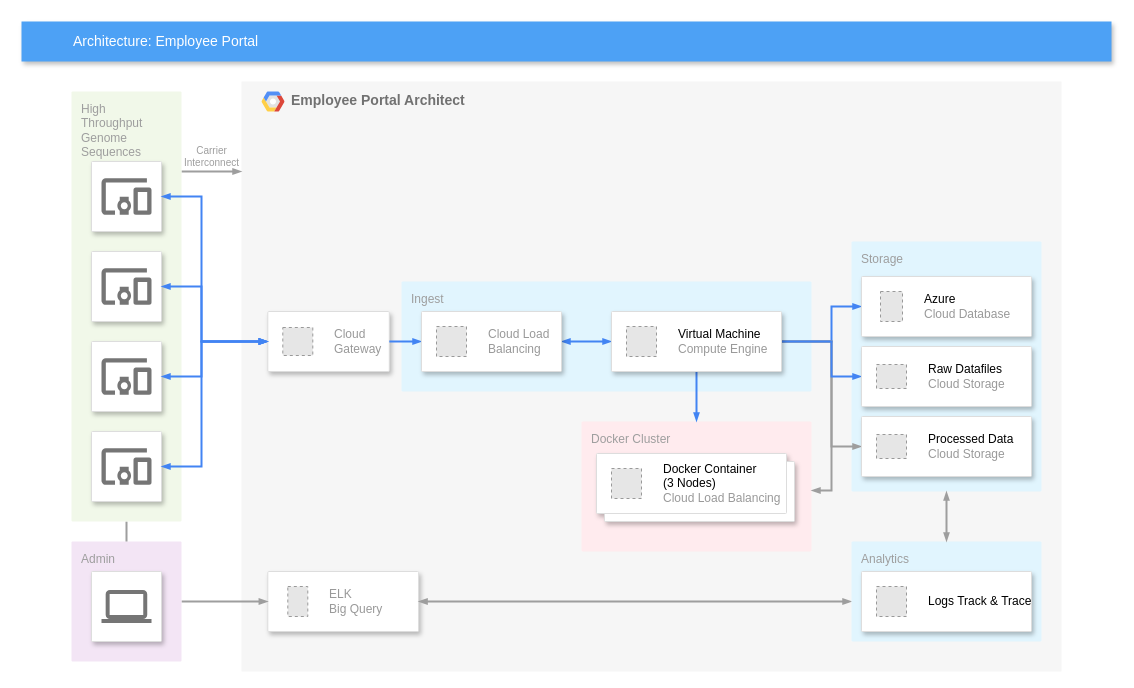
liuyuch1990/demo keeps this draw.io diagram as 未命名绘图.drawio. Above is the earlier version. Source tidied: cells renumbered, new cells numbered last; positions are measured from the earlier drawing's top-left corner, leaving out a move shared by most shapes. Both pictures are drawn from the tidied source at 100%, with x=0, y=0 at pixel (21, 21). Pictures stored in the file or linked from it are replaced by grey dashed boxes.
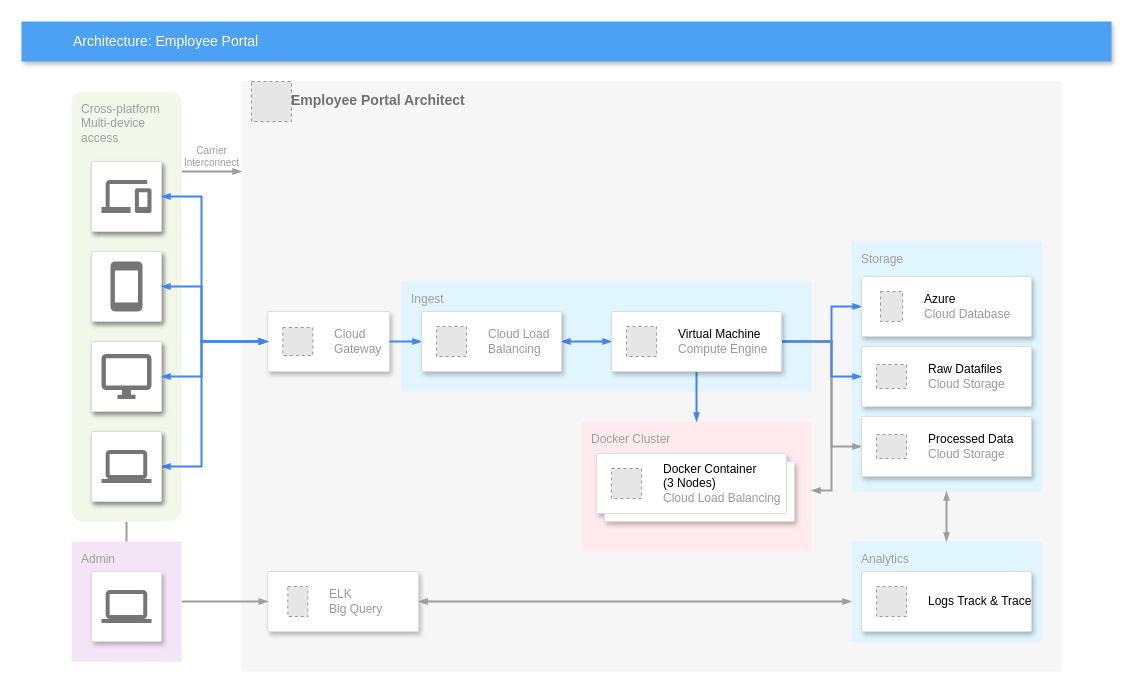
The same page after the edit.

Commit message:
更新未命名绘图.drawio

Unchanged cells that the change refers to:
```xml
<mxCell id="2" value="&lt;b&gt;Employee Portal Architect&lt;/b&gt;" style="fillColor=#F6F6F6;strokeColor=none;shadow=0;gradientColor=none;fontSize=14;align=left;spacing=10;fontColor=#717171;9E9E9E;verticalAlign=top;spacingTop=-4;fontStyle=0;spacingLeft=40;html=1;" parent="1" vertex="1">
  <mxGeometry x="220" y="60" width="820" height="590" as="geometry" />
</mxCell>
<mxCell id="17" style="strokeColor=#dddddd;fillColor=#ffffff;shadow=1;strokeWidth=1;rounded=1;absoluteArcSize=1;arcSize=2;labelPosition=center;verticalLabelPosition=middle;align=center;verticalAlign=bottom;spacingLeft=0;fontColor=#999999;fontSize=12;whiteSpace=wrap;spacingBottom=2;html=1;" parent="1" vertex="1">
  <mxGeometry x="70" y="140" width="70" height="70" as="geometry" />
</mxCell>
<mxCell id="19" style="strokeColor=#dddddd;fillColor=#ffffff;shadow=1;strokeWidth=1;rounded=1;absoluteArcSize=1;arcSize=2;labelPosition=center;verticalLabelPosition=middle;align=center;verticalAlign=bottom;spacingLeft=0;fontColor=#999999;fontSize=12;whiteSpace=wrap;spacingBottom=2;html=1;" parent="1" vertex="1">
  <mxGeometry x="70" y="230" width="70" height="70" as="geometry" />
</mxCell>
<mxCell id="21" style="strokeColor=#dddddd;fillColor=#ffffff;shadow=1;strokeWidth=1;rounded=1;absoluteArcSize=1;arcSize=2;labelPosition=center;verticalLabelPosition=middle;align=center;verticalAlign=bottom;spacingLeft=0;fontColor=#999999;fontSize=12;whiteSpace=wrap;spacingBottom=2;html=1;" parent="1" vertex="1">
  <mxGeometry x="70" y="320" width="70" height="70" as="geometry" />
</mxCell>
```

Diff of the diagram source:
```diff
@@
+    <mxCell id="55" style="fillColor=#E6E6E6;strokeColor=#999999;dashed=1;html=1;verticalAlign=top;verticalLabelPosition=bottom;labelBackgroundColor=#ffffff;" parent="2" vertex="1">
+      <mxGeometry x="10" width="40" height="40" as="geometry" />
+    </mxCell>
@@
-    <mxCell id="15" value="High&lt;br&gt;Throughput&lt;br&gt;Genome&lt;br&gt;Sequences&lt;br&gt;" style="rounded=1;absoluteArcSize=1;arcSize=2;html=1;strokeColor=none;gradientColor=none;shadow=0;dashed=0;fontSize=12;fontColor=#9E9E9E;align=left;verticalAlign=top;spacing=10;spacingTop=-4;fillColor=#F1F8E9;" parent="1" vertex="1">
+    <mxCell id="15" value="Cross-platform&lt;br&gt;Multi-device&lt;br&gt;access" style="rounded=1;absoluteArcSize=1;arcSize=24;html=1;strokeColor=none;gradientColor=none;shadow=0;dashed=0;fontSize=12;fontColor=#9E9E9E;align=left;verticalAlign=top;spacing=10;spacingTop=-4;fillColor=#F1F8E9;" parent="1" vertex="1">
       <mxGeometry x="50" y="70" width="110" height="430" as="geometry" />
     </mxCell>
@@
+    <mxCell id="56" style="strokeColor=#dddddd;shadow=1;strokeWidth=1;rounded=1;absoluteArcSize=1;arcSize=2;labelPosition=center;verticalLabelPosition=middle;align=center;verticalAlign=bottom;spacingLeft=0;fontColor=#999999;fontSize=12;whiteSpace=wrap;spacingBottom=2;html=1;" parent="17" vertex="1">
+      <mxGeometry width="70" height="70" as="geometry" />
+    </mxCell>
+    <mxCell id="57" style="sketch=0;dashed=0;html=1;fillColor=#757575;strokeColor=none;shape=mxgraph.gcp2.desktop_and_mobile;" parent="56" vertex="1">
+      <mxGeometry x="0.5" width="50" height="33" relative="1" as="geometry">
+        <mxPoint x="-25" y="18.5" as="offset" />
+      </mxGeometry>
+    </mxCell>
@@
+    <mxCell id="58" style="strokeColor=#dddddd;shadow=1;strokeWidth=1;rounded=1;absoluteArcSize=1;arcSize=2;labelPosition=center;verticalLabelPosition=middle;align=center;verticalAlign=bottom;spacingLeft=0;fontColor=#999999;fontSize=12;whiteSpace=wrap;spacingBottom=2;html=1;" parent="19" vertex="1">
+      <mxGeometry width="70" height="70" as="geometry" />
+    </mxCell>
+    <mxCell id="59" style="sketch=0;dashed=0;html=1;fillColor=#757575;strokeColor=none;shape=mxgraph.gcp2.phone;" parent="58" vertex="1">
+      <mxGeometry x="0.5" width="32" height="50" relative="1" as="geometry">
+        <mxPoint x="-16" y="10" as="offset" />
+      </mxGeometry>
+    </mxCell>
@@
+    <mxCell id="60" style="strokeColor=#dddddd;shadow=1;strokeWidth=1;rounded=1;absoluteArcSize=1;arcSize=2;labelPosition=center;verticalLabelPosition=middle;align=center;verticalAlign=bottom;spacingLeft=0;fontColor=#999999;fontSize=12;whiteSpace=wrap;spacingBottom=2;html=1;" parent="21" vertex="1">
+      <mxGeometry width="70" height="70" as="geometry" />
+    </mxCell>
+    <mxCell id="61" style="sketch=0;dashed=0;html=1;fillColor=#757575;strokeColor=none;shape=mxgraph.gcp2.desktop;" parent="60" vertex="1">
+      <mxGeometry x="0.5" width="50" height="45" relative="1" as="geometry">
+        <mxPoint x="-25" y="12.5" as="offset" />
+      </mxGeometry>
+    </mxCell>
@@
+    <mxCell id="62" style="strokeColor=#dddddd;shadow=1;strokeWidth=1;rounded=1;absoluteArcSize=1;arcSize=2;labelPosition=center;verticalLabelPosition=middle;align=center;verticalAlign=bottom;spacingLeft=0;fontColor=#999999;fontSize=12;whiteSpace=wrap;spacingBottom=2;html=1;" parent="1" vertex="1">
+      <mxGeometry x="70" y="410" width="70" height="70" as="geometry" />
+    </mxCell>
+    <mxCell id="63" style="sketch=0;dashed=0;html=1;fillColor=#757575;strokeColor=none;shape=mxgraph.gcp2.laptop;" parent="62" vertex="1">
+      <mxGeometry x="0.5" width="50" height="33" relative="1" as="geometry">
+        <mxPoint x="-25" y="18.5" as="offset" />
+      </mxGeometry>
+    </mxCell>
```
